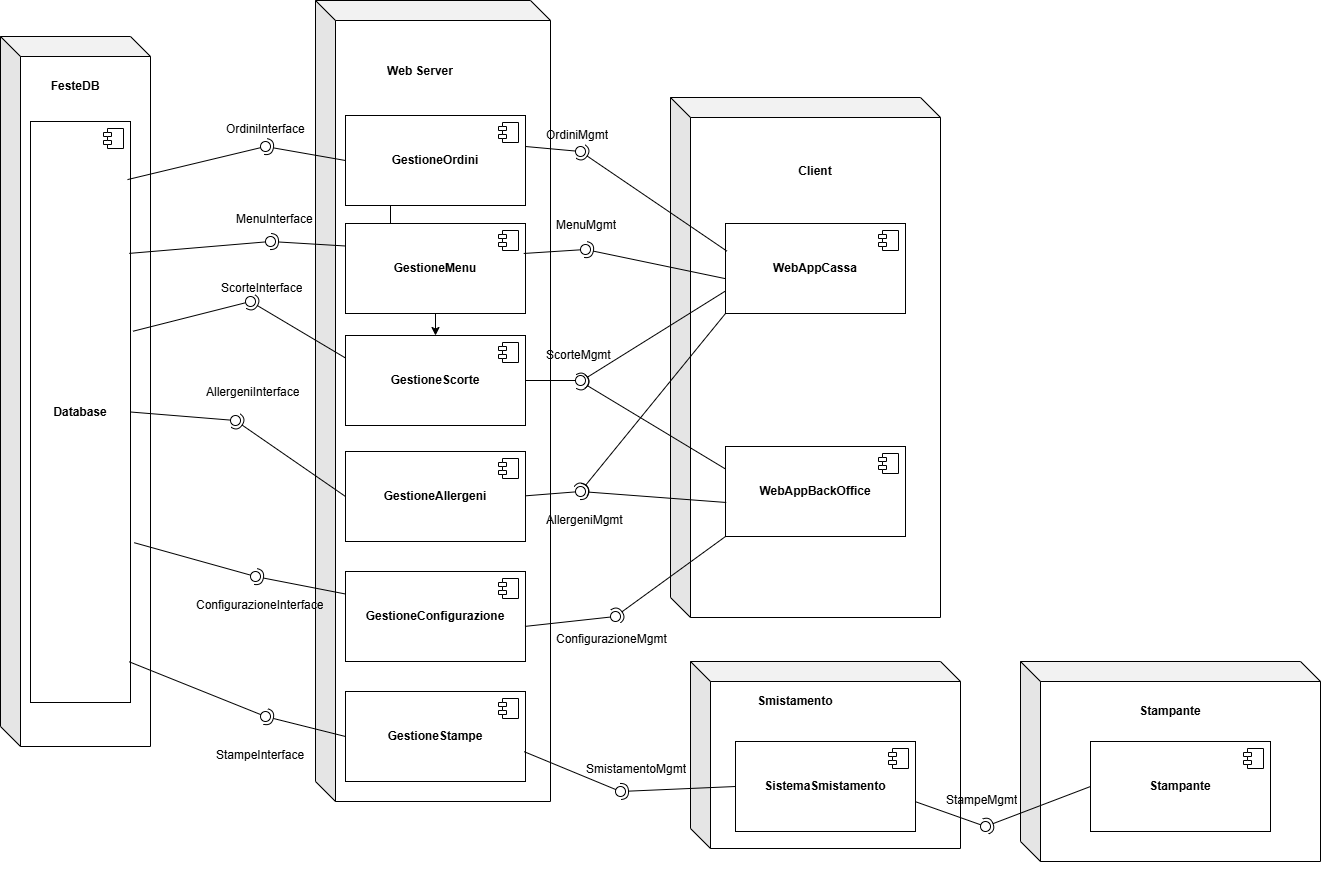
Before: ITERAZIONE_1/DIAGRAMMI/UML_raw_Deployment_Diagram.png, a diagram exported from draw.io (TomasoniFrancesco/Progetto-PAC). Source tidied: cells renumbered, new cells last; positions are measured from the earlier drawing's top-left corner, leaving out a move shared by most shapes.
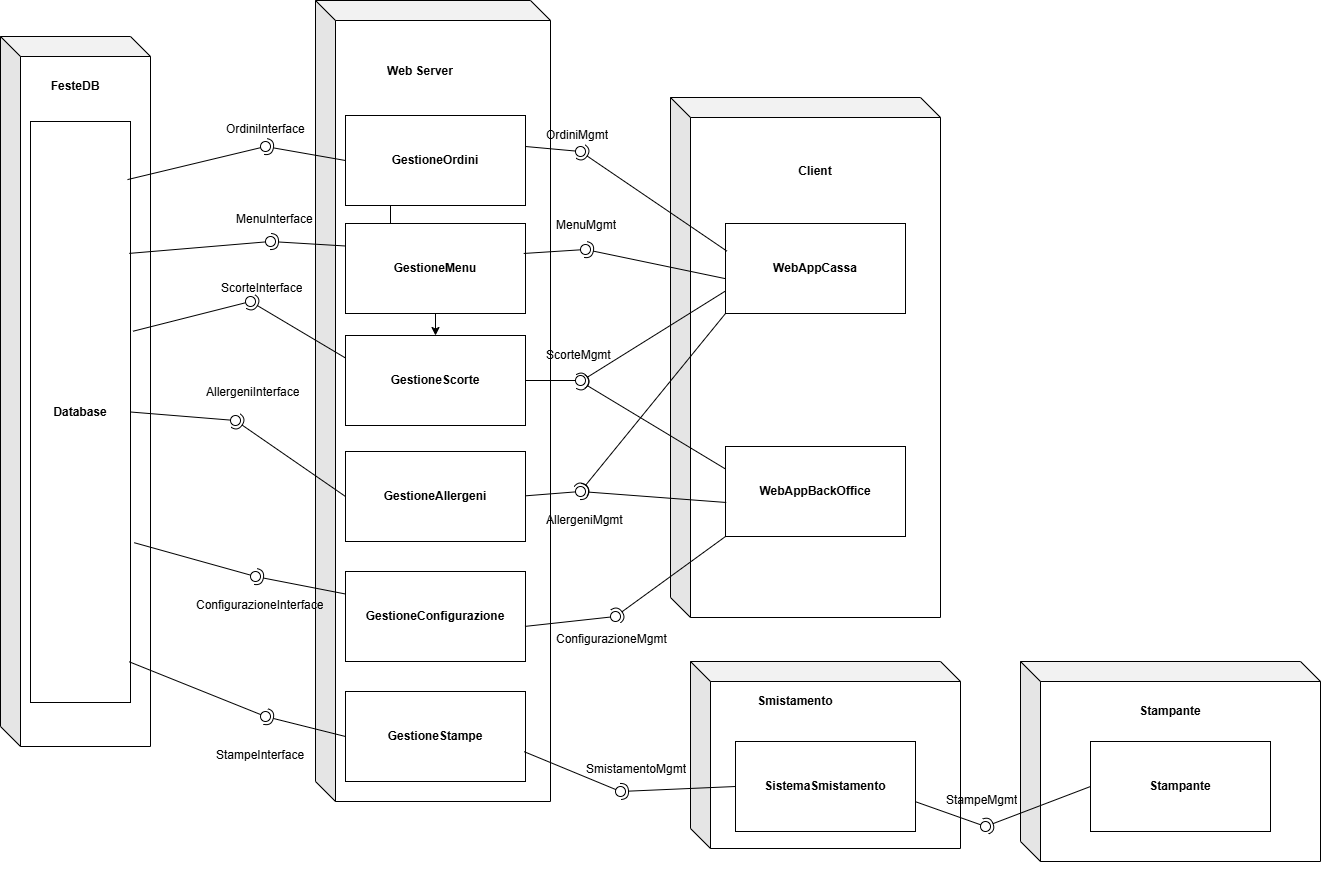
Later version of the same file.

Commit message:
sistemazione  deployment

Change to the diagram source:
```diff
@@ -17,46 +17,21 @@
     <mxCell id="6" value="&lt;b&gt;Database&lt;/b&gt;" style="html=1;whiteSpace=wrap;" parent="1" vertex="1">
       <mxGeometry x="30" y="121" width="100" height="581" as="geometry" />
     </mxCell>
-    <mxCell id="7" style="shape=module;jettyWidth=8;jettyHeight=4;" parent="6" vertex="1">
-      <mxGeometry x="1" width="20" height="20" relative="1" as="geometry">
-        <mxPoint x="-27" y="7" as="offset" />
-      </mxGeometry>
-    </mxCell>
     <mxCell id="8" style="edgeStyle=orthogonalEdgeStyle;rounded=0;jettySize=auto;html=1;exitX=0.25;exitY=1;exitDx=0;exitDy=0;" parent="1" edge="1" source="9" target="11">
       <mxGeometry relative="1" as="geometry" />
     </mxCell>
     <mxCell id="9" value="&lt;b&gt;GestioneOrdini&lt;/b&gt;" style="html=1;whiteSpace=wrap;" parent="1" vertex="1">
       <mxGeometry x="345" y="115" width="180" height="90" as="geometry" />
     </mxCell>
-    <mxCell id="10" style="shape=module;jettyWidth=8;jettyHeight=4;" parent="9" vertex="1">
-      <mxGeometry x="1" width="20" height="20" relative="1" as="geometry">
-        <mxPoint x="-27" y="7" as="offset" />
-      </mxGeometry>
-    </mxCell>
     <mxCell id="11" value="&lt;b&gt;GestioneScorte&lt;/b&gt;" style="html=1;whiteSpace=wrap;" parent="1" vertex="1">
       <mxGeometry x="345" y="335" width="180" height="90" as="geometry" />
     </mxCell>
-    <mxCell id="12" style="shape=module;jettyWidth=8;jettyHeight=4;" parent="11" vertex="1">
-      <mxGeometry x="1" width="20" height="20" relative="1" as="geometry">
-        <mxPoint x="-27" y="7" as="offset" />
-      </mxGeometry>
-    </mxCell>
     <mxCell id="13" value="&lt;b&gt;GestioneMenu&lt;/b&gt;" style="html=1;whiteSpace=wrap;" parent="1" vertex="1">
       <mxGeometry x="345" y="223" width="180" height="90" as="geometry" />
     </mxCell>
-    <mxCell id="14" style="shape=module;jettyWidth=8;jettyHeight=4;" parent="13" vertex="1">
-      <mxGeometry x="1" width="20" height="20" relative="1" as="geometry">
-        <mxPoint x="-27" y="7" as="offset" />
-      </mxGeometry>
-    </mxCell>
     <mxCell id="15" value="&lt;b&gt;WebAppCassa&lt;/b&gt;" style="html=1;whiteSpace=wrap;" parent="1" vertex="1">
       <mxGeometry x="725" y="223" width="180" height="90" as="geometry" />
     </mxCell>
-    <mxCell id="16" style="shape=module;jettyWidth=8;jettyHeight=4;" parent="15" vertex="1">
-      <mxGeometry x="1" width="20" height="20" relative="1" as="geometry">
-        <mxPoint x="-27" y="7" as="offset" />
-      </mxGeometry>
-    </mxCell>
     <mxCell id="17" style="rounded=0;jettySize=auto;html=1;endArrow=halfCircle;endFill=0;endSize=6;strokeWidth=1;sketch=0;exitX=0;exitY=0.5;exitDx=0;exitDy=0;" parent="1" edge="1" source="9" target="19">
       <mxGeometry relative="1" as="geometry" />
     </mxCell>
@@ -135,11 +110,6 @@
     <mxCell id="37" value="&lt;b&gt;GestioneStampe&lt;/b&gt;" style="html=1;whiteSpace=wrap;" parent="1" vertex="1">
       <mxGeometry x="345" y="691" width="180" height="90" as="geometry" />
     </mxCell>
-    <mxCell id="38" style="shape=module;jettyWidth=8;jettyHeight=4;" parent="37" vertex="1">
-      <mxGeometry x="1" width="20" height="20" relative="1" as="geometry">
-        <mxPoint x="-27" y="7" as="offset" />
-      </mxGeometry>
-    </mxCell>
     <mxCell id="39" style="rounded=0;jettySize=auto;html=1;endArrow=halfCircle;endFill=0;endSize=6;strokeWidth=1;sketch=0;exitX=0;exitY=0.5;exitDx=0;exitDy=0;" parent="1" edge="1" source="37" target="41">
       <mxGeometry relative="1" as="geometry" />
     </mxCell>
@@ -158,22 +128,12 @@
     <mxCell id="44" value="&lt;b&gt;SistemaSmistamento&lt;/b&gt;" style="html=1;whiteSpace=wrap;" parent="1" vertex="1">
       <mxGeometry x="735" y="741" width="180" height="90" as="geometry" />
     </mxCell>
-    <mxCell id="45" style="shape=module;jettyWidth=8;jettyHeight=4;" parent="44" vertex="1">
-      <mxGeometry x="1" width="20" height="20" relative="1" as="geometry">
-        <mxPoint x="-27" y="7" as="offset" />
-      </mxGeometry>
-    </mxCell>
     <mxCell id="46" style="ellipse;whiteSpace=wrap;html=1;align=center;fillColor=none;strokeColor=none;perimeter=centerPerimeter;" parent="1" vertex="1">
       <mxGeometry x="700" y="861" width="10" height="10" as="geometry" />
     </mxCell>
     <mxCell id="47" value="&lt;b&gt;WebAppBackOffice&lt;/b&gt;" style="html=1;whiteSpace=wrap;" parent="1" vertex="1">
       <mxGeometry x="725" y="446" width="180" height="90" as="geometry" />
     </mxCell>
-    <mxCell id="48" style="shape=module;jettyWidth=8;jettyHeight=4;" parent="47" vertex="1">
-      <mxGeometry x="1" width="20" height="20" relative="1" as="geometry">
-        <mxPoint x="-27" y="7" as="offset" />
-      </mxGeometry>
-    </mxCell>
     <mxCell id="49" style="rounded=0;jettySize=auto;html=1;endArrow=halfCircle;endFill=0;endSize=6;strokeWidth=1;sketch=0;exitX=0;exitY=0.613;exitDx=0;exitDy=0;exitPerimeter=0;" parent="1" edge="1" source="15" target="51">
       <mxGeometry relative="1" as="geometry" />
     </mxCell>
@@ -195,11 +155,6 @@
     <mxCell id="54" value="&lt;b&gt;GestioneAllergeni&lt;/b&gt;" style="html=1;whiteSpace=wrap;" parent="1" vertex="1">
       <mxGeometry x="345" y="451" width="180" height="90" as="geometry" />
     </mxCell>
-    <mxCell id="55" style="shape=module;jettyWidth=8;jettyHeight=4;" parent="54" vertex="1">
-      <mxGeometry x="1" width="20" height="20" relative="1" as="geometry">
-        <mxPoint x="-27" y="7" as="offset" />
-      </mxGeometry>
-    </mxCell>
     <mxCell id="56" style="rounded=0;orthogonalLoop=1;jettySize=auto;html=1;endArrow=oval;endFill=0;sketch=0;sourcePerimeterSpacing=0;targetPerimeterSpacing=0;endSize=10;exitX=1;exitY=0.5;exitDx=0;exitDy=0;" parent="1" edge="1">
       <mxGeometry relative="1" as="geometry">
         <mxPoint x="525" y="495.3" as="sourcePoint" />
@@ -209,11 +164,6 @@
     <mxCell id="57" value="&lt;b&gt;GestioneConfigurazione&lt;/b&gt;" style="html=1;whiteSpace=wrap;" parent="1" vertex="1">
       <mxGeometry x="345" y="571" width="180" height="90" as="geometry" />
     </mxCell>
-    <mxCell id="58" style="shape=module;jettyWidth=8;jettyHeight=4;" parent="57" vertex="1">
-      <mxGeometry x="1" width="20" height="20" relative="1" as="geometry">
-        <mxPoint x="-27" y="7" as="offset" />
-      </mxGeometry>
-    </mxCell>
     <mxCell id="59" style="rounded=0;jettySize=auto;html=1;endArrow=halfCircle;endFill=0;endSize=6;strokeWidth=1;sketch=0;fontSize=12;curved=1;exitX=0;exitY=0.75;exitDx=0;exitDy=0;" parent="1" edge="1" source="15">
       <mxGeometry relative="1" as="geometry">
         <mxPoint x="580" y="381" as="targetPoint" />
@@ -324,11 +274,6 @@
     <mxCell id="92" value="&lt;b&gt;Stampante&lt;/b&gt;" style="html=1;whiteSpace=wrap;" parent="1" vertex="1">
       <mxGeometry x="1090" y="741" width="180" height="90" as="geometry" />
     </mxCell>
-    <mxCell id="93" style="shape=module;jettyWidth=8;jettyHeight=4;" parent="92" vertex="1">
-      <mxGeometry x="1" width="20" height="20" relative="1" as="geometry">
-        <mxPoint x="-27" y="7" as="offset" />
-      </mxGeometry>
-    </mxCell>
     <mxCell id="94" style="rounded=0;jettySize=auto;html=1;endArrow=halfCircle;endFill=0;endSize=6;strokeWidth=1;sketch=0;exitX=0;exitY=0.5;exitDx=0;exitDy=0;" parent="1" edge="1" source="92" target="76">
       <mxGeometry relative="1" as="geometry" />
     </mxCell>
```
